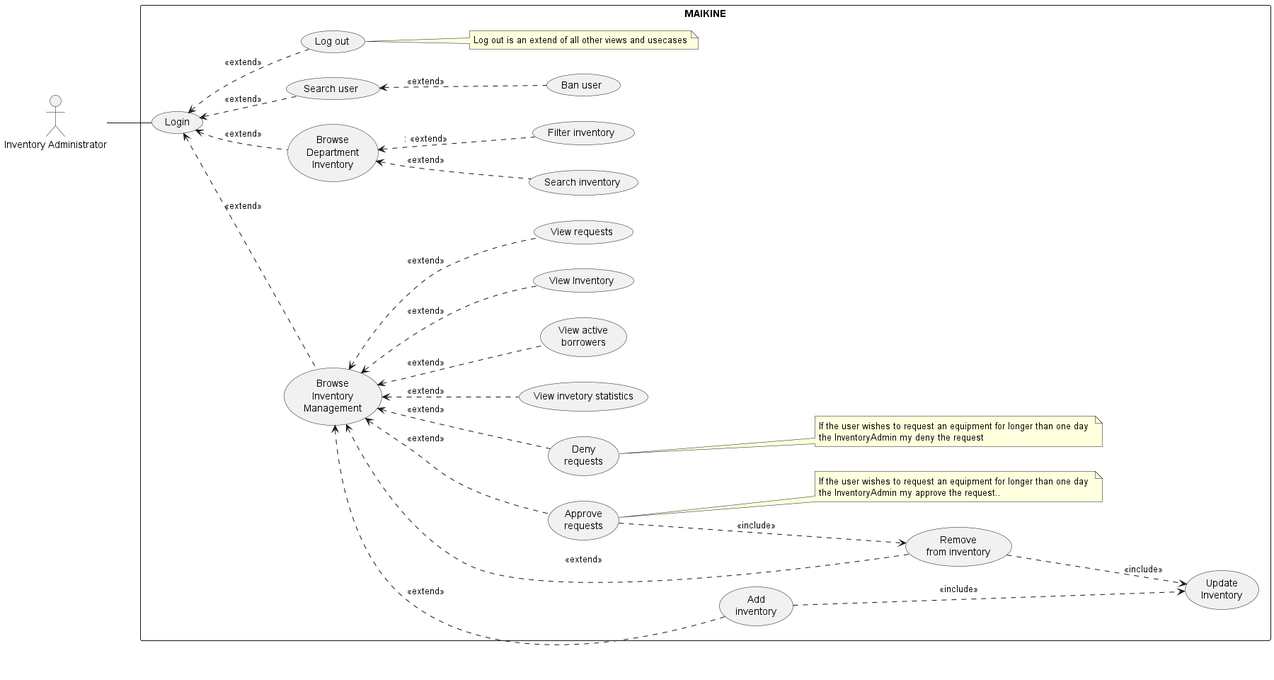
Before: out/usecaseDiagrams/Inventory_Administrator_Diagram/Inventory_Administrator_Diagram.png, a diagram exported from PlantUML (JanPerez35/PlantUML).
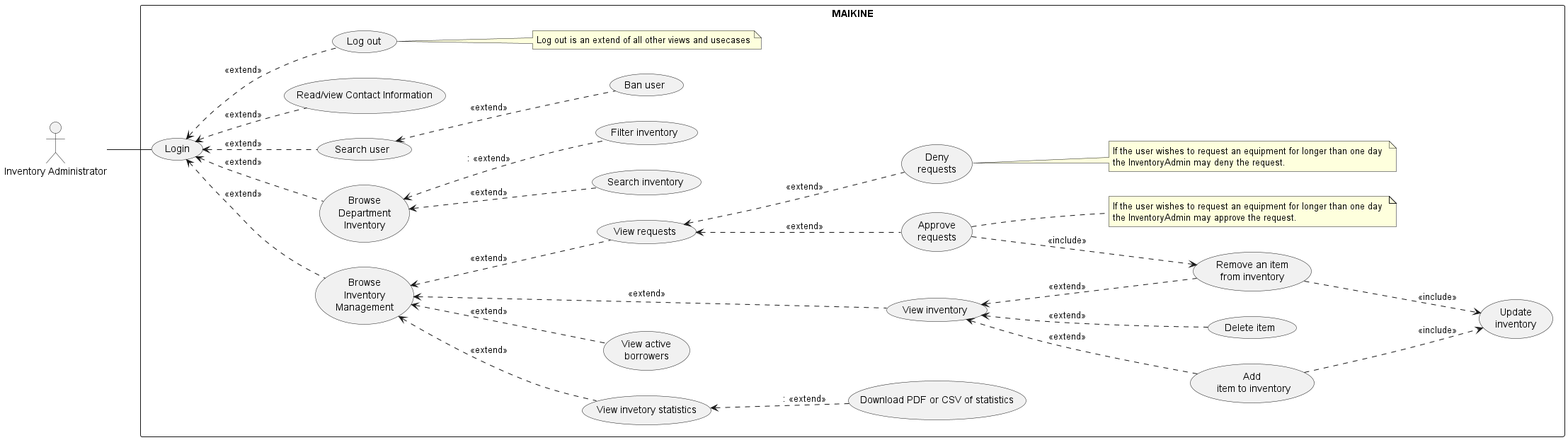
The same diagram one commit later.

Change to the diagram source:
```diff
@@ -8,9 +8,10 @@
 
   usecase "Login" as UC_Login
   usecase "Browse\nInventory\nManagement" as UC_InventoryMgmt
-  usecase "Add\ninventory" as UC_AddInventory
-  usecase "Update\nInventory" as UC_UpdateInventory
-  usecase "Remove\nfrom inventory" as UC_RemoveInventory
+  usecase "Add\n item to inventory" as UC_AddInventory
+  usecase "Delete item" as UC_Delete
+  usecase "Update\ninventory" as UC_UpdateInventory
+  usecase "Remove an item\nfrom inventory" as UC_RemoveInventory
   usecase "Approve\nrequests" as UC_ApproveRequests
   usecase "Deny\nrequests" as UC_DenyRequests
   usecase "View invetory statistics" as UC_ViewStatisitcs
@@ -18,10 +19,12 @@
   usecase "Browse\nDepartment\nInventory" as UC_DepLending
   usecase "Ban user" as UC_BanUser
   usecase "Search user" as UC_SearchUser
-  usecase "View Inventory" as UC_View
+  usecase "View inventory" as UC_View
   usecase "View requests" as UC_ViewRequest
   usecase "Search inventory" as UC_Search
   usecase "Filter inventory" as UC_Filter
+  usecase "Download PDF or CSV of statistics" as UC_Download
+  usecase "Read/view Contact Information" as UC_ReadContact
   usecase "Log out" as UC_Logout
 
   note right of (UC_Logout)
@@ -30,12 +33,12 @@
 
   note right of (UC_DenyRequests)
   If the user wishes to request an equipment for longer than one day
-  the InventoryAdmin my deny the request
+  the InventoryAdmin may deny the request.
   end note
 
   note right of (UC_ApproveRequests)
   If the user wishes to request an equipment for longer than one day
-  the InventoryAdmin my approve the request..
+  the InventoryAdmin may approve the request.
   end note
 
 
@@ -47,15 +50,18 @@
 UC_Login <.. UC_InventoryMgmt : <<extend>>
 UC_Login <.. UC_DepLending : <<extend>>
 UC_Login <.. UC_SearchUser : <<extend>>
+UC_Login <.. UC_ReadContact :<<extend>>
 
-UC_InventoryMgmt <.. UC_AddInventory : <<extend>>
-UC_InventoryMgmt <.. UC_RemoveInventory : <<extend>>
-UC_InventoryMgmt <.. UC_ApproveRequests : <<extend>>
-UC_InventoryMgmt <.. UC_DenyRequests : <<extend>>
+UC_View <.. UC_AddInventory : <<extend>>
+UC_View <.. UC_RemoveInventory : <<extend>>
+UC_View<..UC_Delete: <<extend>>
+UC_ViewRequest <.. UC_ApproveRequests : <<extend>>
+UC_ViewRequest <.. UC_DenyRequests : <<extend>>
 UC_InventoryMgmt <.. UC_ViewBorrowers : <<extend>>
 UC_InventoryMgmt <.. UC_View: <<extend>>
 UC_InventoryMgmt <.. UC_ViewRequest: <<extend>>
 UC_InventoryMgmt <.. UC_ViewStatisitcs : <<extend>>
+UC_ViewStatisitcs <.. UC_Download:: <<extend>>
 
 UC_AddInventory ..> UC_UpdateInventory : <<include>>
 UC_RemoveInventory ..> UC_UpdateInventory : <<include>>
```
